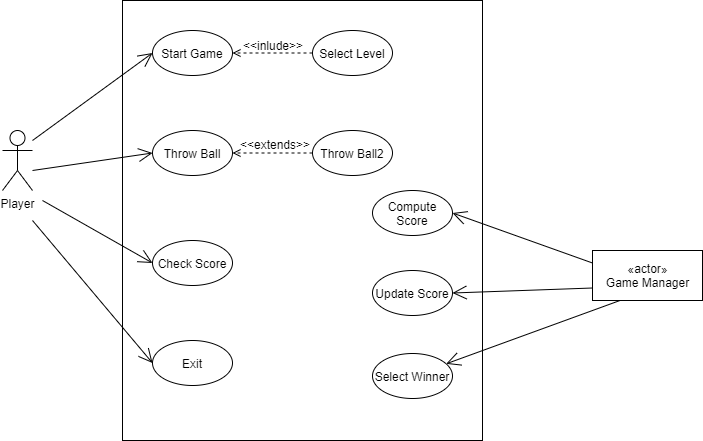
Earlier version of the draw.io export Docs/usecase diagram.png (kkole3897/Bowling-Game-with-Java). Source tidied: cells renumbered, new cells last; positions are measured from the earlier drawing's top-left corner, leaving out a move shared by most shapes.
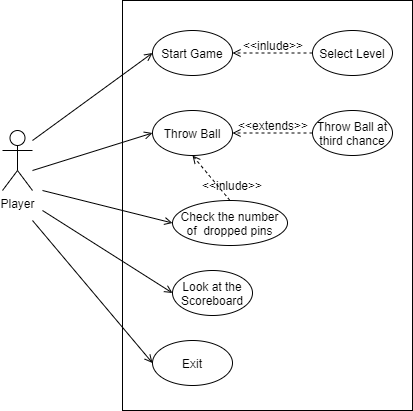
Later version of the same file.

What changed in the source:
```diff
@@ -6,7 +6,7 @@
       <mxGeometry y="130" width="30" height="60" as="geometry" />
     </mxCell>
     <mxCell id="3" style="rounded=0;whiteSpace=wrap;html=1;" parent="1" vertex="1">
-      <mxGeometry x="120" width="360" height="440" as="geometry" />
+      <mxGeometry x="120" width="290" height="410" as="geometry" />
     </mxCell>
     <mxCell id="4" value="Start Game" style="ellipse;whiteSpace=wrap;html=1;" parent="1" vertex="1">
       <mxGeometry x="150" y="30" width="80" height="45" as="geometry" />
@@ -15,25 +15,14 @@
       <mxGeometry x="310" y="30" width="80" height="45" as="geometry" />
     </mxCell>
     <mxCell id="6" value="Throw Ball" style="ellipse;whiteSpace=wrap;html=1;" parent="1" vertex="1">
-      <mxGeometry x="150" y="130" width="80" height="45" as="geometry" />
+      <mxGeometry x="150" y="110" width="80" height="45" as="geometry" />
     </mxCell>
-    <mxCell id="7" value="«actor»&lt;br&gt;Game Manager" style="html=1;" parent="1" vertex="1">
-      <mxGeometry x="590" y="250" width="110" height="50" as="geometry" />
-    </mxCell>
-    <mxCell id="8" value="Check Score" style="ellipse;whiteSpace=wrap;html=1;" parent="1" vertex="1">
-      <mxGeometry x="150" y="240" width="80" height="45" as="geometry" />
-    </mxCell>
-    <mxCell id="9" style="endArrow=open;endFill=1;endSize=12;html=1;entryX=0;entryY=0.5;entryDx=0;entryDy=0;" parent="1" edge="1" target="8">
-      <mxGeometry relative="1" as="geometry">
-        <mxPoint x="40" y="200" as="sourcePoint" />
-      </mxGeometry>
-    </mxCell>
-    <mxCell id="10" style="endArrow=open;endFill=1;endSize=12;html=1;entryX=0;entryY=0.5;entryDx=0;entryDy=0;" parent="1" edge="1" target="4">
+    <mxCell id="10" style="endArrow=open;endFill=1;endSize=6;html=1;entryX=0;entryY=0.5;entryDx=0;entryDy=0;" parent="1" edge="1" target="4">
       <mxGeometry relative="1" as="geometry">
         <mxPoint x="30" y="140" as="sourcePoint" />
       </mxGeometry>
     </mxCell>
-    <mxCell id="11" style="endArrow=open;endFill=1;endSize=12;html=1;entryX=0;entryY=0.5;entryDx=0;entryDy=0;" parent="1" edge="1" target="6">
+    <mxCell id="11" style="endArrow=open;endFill=1;endSize=6;html=1;entryX=0;entryY=0.5;entryDx=0;entryDy=0;" parent="1" edge="1" target="6">
       <mxGeometry relative="1" as="geometry">
         <mxPoint x="30" y="170" as="sourcePoint" />
       </mxGeometry>
@@ -47,37 +36,41 @@
     <mxCell id="14" value="Exit" style="ellipse;whiteSpace=wrap;html=1;" parent="1" vertex="1">
       <mxGeometry x="150" y="340" width="80" height="45" as="geometry" />
     </mxCell>
-    <mxCell id="15" style="endArrow=open;endFill=1;endSize=12;html=1;entryX=0;entryY=0.5;entryDx=0;entryDy=0;" parent="1" edge="1" target="14">
+    <mxCell id="15" style="endArrow=open;endFill=1;endSize=6;html=1;entryX=0;entryY=0.5;entryDx=0;entryDy=0;" parent="1" edge="1" target="14">
       <mxGeometry relative="1" as="geometry">
         <mxPoint x="30" y="220" as="sourcePoint" />
       </mxGeometry>
     </mxCell>
-    <mxCell id="16" value="Compute Score" style="ellipse;whiteSpace=wrap;html=1;" parent="1" vertex="1">
-      <mxGeometry x="370" y="190" width="80" height="45" as="geometry" />
-    </mxCell>
-    <mxCell id="17" value="Update Score" style="ellipse;whiteSpace=wrap;html=1;" parent="1" vertex="1">
-      <mxGeometry x="370" y="270" width="80" height="45" as="geometry" />
-    </mxCell>
-    <mxCell id="18" style="endArrow=open;endFill=1;endSize=12;html=1;exitX=0;exitY=0.25;exitDx=0;exitDy=0;entryX=1;entryY=0.5;entryDx=0;entryDy=0;" parent="1" edge="1" source="7" target="16">
-      <mxGeometry relative="1" as="geometry" />
-    </mxCell>
-    <mxCell id="19" style="endArrow=open;endFill=1;endSize=12;html=1;exitX=0;exitY=0.75;exitDx=0;exitDy=0;entryX=1;entryY=0.5;entryDx=0;entryDy=0;" parent="1" edge="1" source="7" target="17">
-      <mxGeometry relative="1" as="geometry" />
-    </mxCell>
-    <mxCell id="20" value="Select Winner" style="ellipse;whiteSpace=wrap;html=1;" parent="1" vertex="1">
-      <mxGeometry x="370" y="353" width="80" height="45" as="geometry" />
-    </mxCell>
-    <mxCell id="21" style="endArrow=open;endFill=1;endSize=12;html=1;exitX=0.25;exitY=1;exitDx=0;exitDy=0;" parent="1" edge="1" source="7" target="20">
-      <mxGeometry relative="1" as="geometry" />
-    </mxCell>
-    <mxCell id="22" value="Throw Ball2" style="ellipse;whiteSpace=wrap;html=1;" parent="1" vertex="1">
-      <mxGeometry x="310" y="130" width="80" height="45" as="geometry" />
-    </mxCell>
-    <mxCell id="23" style="endArrow=open;endFill=1;endSize=6;html=1;exitX=0;exitY=0.5;exitDx=0;exitDy=0;entryX=1;entryY=0.5;entryDx=0;entryDy=0;dashed=1;" parent="1" edge="1" source="22" target="6">
-      <mxGeometry relative="1" as="geometry" />
-    </mxCell>
+    <mxCell id="25" value="Check the number of&amp;nbsp; dropped pins" style="ellipse;whiteSpace=wrap;html=1;" parent="1" vertex="1">
+      <mxGeometry x="170" y="200" width="115" height="45" as="geometry" />
+    </mxCell>
+    <mxCell id="26" value="Throw Ball at third chance" style="ellipse;whiteSpace=wrap;html=1;" parent="1" vertex="1">
+      <mxGeometry x="310" y="110" width="80" height="45" as="geometry" />
+    </mxCell>
+    <mxCell id="27" value="Look at the Scoreboard" style="ellipse;whiteSpace=wrap;html=1;" parent="1" vertex="1">
+      <mxGeometry x="170" y="270" width="80" height="45" as="geometry" />
+    </mxCell>
+    <mxCell id="28" style="endArrow=open;endFill=1;endSize=6;html=1;dashed=1;exitX=0;exitY=0.5;exitDx=0;exitDy=0;" parent="1" edge="1" source="26" target="6">
+      <mxGeometry relative="1" as="geometry" />
+    </mxCell>
     <mxCell id="24" value="&amp;lt;&amp;lt;extends&amp;gt;&amp;gt;" style="text;html=1;strokeColor=none;fillColor=none;align=center;verticalAlign=middle;whiteSpace=wrap;rounded=0;" parent="1" vertex="1">
-      <mxGeometry x="253" y="134" width="40" height="20" as="geometry" />
+      <mxGeometry x="270" y="120" height="10" as="geometry" />
     </mxCell>
+    <mxCell id="29" style="endArrow=open;endFill=1;endSize=6;html=1;entryX=0;entryY=0.5;entryDx=0;entryDy=0;" parent="1" edge="1" target="25">
+      <mxGeometry relative="1" as="geometry">
+        <mxPoint x="40" y="190" as="sourcePoint" />
+      </mxGeometry>
+    </mxCell>
+    <mxCell id="30" style="endArrow=open;endFill=1;endSize=6;html=1;entryX=0;entryY=0.5;entryDx=0;entryDy=0;" parent="1" edge="1" target="27">
+      <mxGeometry relative="1" as="geometry">
+        <mxPoint x="40" y="210" as="sourcePoint" />
+      </mxGeometry>
+    </mxCell>
+    <mxCell id="31" style="endArrow=open;endFill=1;endSize=6;html=1;dashed=1;exitX=0.5;exitY=0;exitDx=0;exitDy=0;entryX=0.5;entryY=1;entryDx=0;entryDy=0;" parent="1" edge="1" source="25" target="6">
+      <mxGeometry relative="1" as="geometry" />
+    </mxCell>
+    <mxCell id="32" value="&amp;lt;&amp;lt;inlude&amp;gt;&amp;gt;" style="text;html=1;strokeColor=none;fillColor=none;align=center;verticalAlign=middle;whiteSpace=wrap;rounded=0;" parent="1" vertex="1">
+      <mxGeometry x="229" y="179.5" height="10" as="geometry" />
+    </mxCell>
   </root>
 </mxGraphModel>
```
